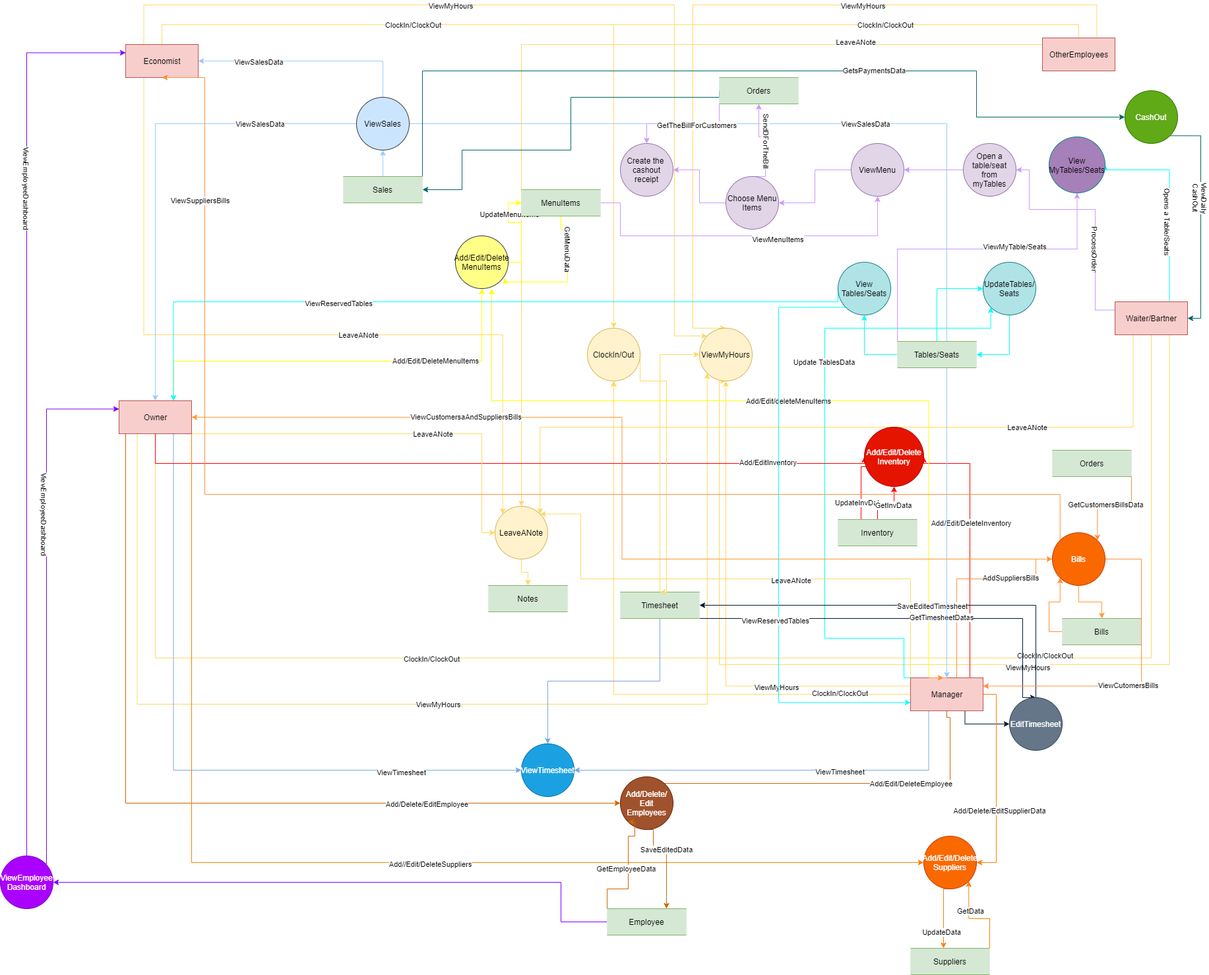
Before: UML/DFD/DFD2.png, a diagram exported from draw.io (llikaj17/404-). Source tidied: cells renumbered, new cells last; positions are measured from the earlier drawing's top-left corner, leaving out a move shared by most shapes.
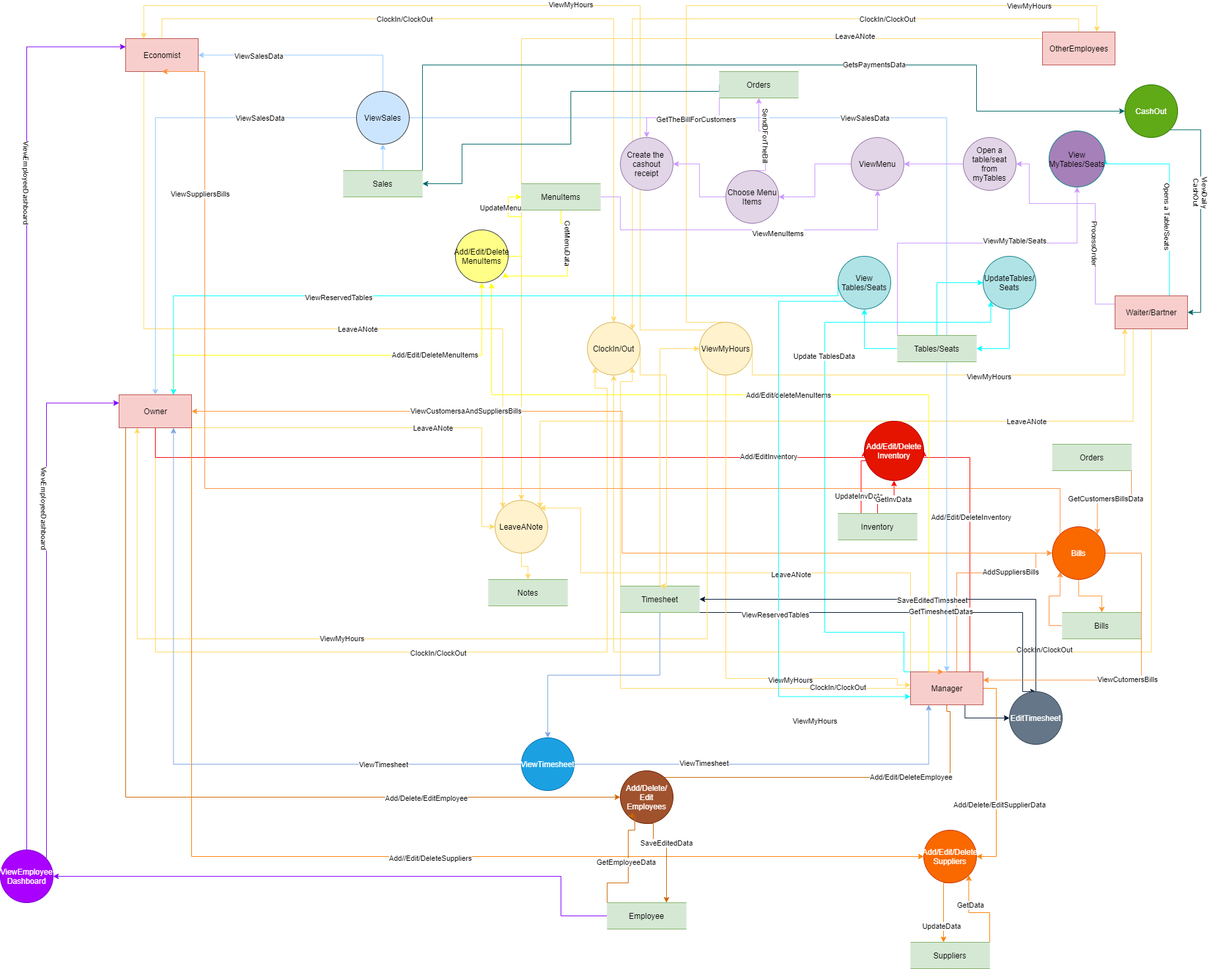
The same file after the commit.

The edit, as a diff of the source:
```diff
@@ -7,24 +7,12 @@
         <Array as="points">
           <mxPoint x="245" y="30" />
           <mxPoint x="930" y="30" />
-          <mxPoint x="930" y="510" />
         </Array>
       </mxGeometry>
     </mxCell>
     <mxCell id="3" value="ClockIn/ClockOut" style="edgeLabel;html=1;align=center;verticalAlign=middle;" parent="2" vertex="1">
       <mxGeometry x="-0.32" relative="1" as="geometry" />
     </mxCell>
-    <mxCell id="4" style="edgeStyle=orthogonalEdgeStyle;rounded=0;jettySize=auto;html=1;exitX=0.25;exitY=0;exitDx=0;exitDy=0;entryX=0;entryY=0;entryDx=0;entryDy=0;strokeColor=#FFD966;" parent="1" edge="1" source="8" target="74">
-      <mxGeometry relative="1" as="geometry">
-        <Array as="points">
-          <mxPoint x="218" />
-          <mxPoint x="1022" />
-        </Array>
-      </mxGeometry>
-    </mxCell>
-    <mxCell id="5" value="ViewMyHours" style="edgeLabel;html=1;align=center;verticalAlign=middle;" parent="4" vertex="1">
-      <mxGeometry x="-0.26" y="-1" relative="1" as="geometry" />
-    </mxCell>
     <mxCell id="6" style="edgeStyle=orthogonalEdgeStyle;rounded=0;jettySize=auto;html=1;exitX=0.25;exitY=1;exitDx=0;exitDy=0;entryX=0;entryY=0;entryDx=0;entryDy=0;strokeColor=#FFD966;" parent="1" edge="1" source="8" target="149">
       <mxGeometry relative="1" as="geometry">
         <Array as="points">
@@ -41,7 +29,7 @@
     <mxCell id="8" value="Economist" style="html=1;fillColor=#f8cecc;strokeColor=#b85450;" parent="1" vertex="1">
       <mxGeometry x="190" y="60" width="110" height="50" as="geometry" />
     </mxCell>
-    <mxCell id="9" style="edgeStyle=orthogonalEdgeStyle;rounded=0;jettySize=auto;html=1;exitX=0.5;exitY=0;exitDx=0;exitDy=0;entryX=0.5;entryY=0;entryDx=0;entryDy=0;strokeColor=#FFD966;" parent="1" edge="1" source="15" target="73">
+    <mxCell id="9" style="edgeStyle=orthogonalEdgeStyle;rounded=0;jettySize=auto;html=1;exitX=0.5;exitY=0;exitDx=0;exitDy=0;entryX=1;entryY=0;entryDx=0;entryDy=0;strokeColor=#FFD966;" parent="1" edge="1" source="15" target="73">
       <mxGeometry relative="1" as="geometry" />
     </mxCell>
     <mxCell id="10" value="ClockIn/ClockOut" style="edgeLabel;html=1;align=center;verticalAlign=middle;" parent="9" vertex="1">
@@ -49,17 +37,6 @@
         <mxPoint x="-1" as="offset" />
       </mxGeometry>
     </mxCell>
-    <mxCell id="11" style="edgeStyle=orthogonalEdgeStyle;rounded=0;jettySize=auto;html=1;exitX=0.75;exitY=0;exitDx=0;exitDy=0;entryX=0.5;entryY=0;entryDx=0;entryDy=0;strokeColor=#FFD966;" parent="1" edge="1" source="15" target="74">
-      <mxGeometry relative="1" as="geometry">
-        <Array as="points">
-          <mxPoint x="1662" />
-          <mxPoint x="1050" />
-        </Array>
-      </mxGeometry>
-    </mxCell>
-    <mxCell id="12" value="ViewMyHours" style="edgeLabel;html=1;align=center;verticalAlign=middle;" parent="11" vertex="1">
-      <mxGeometry x="-0.33" y="1" relative="1" as="geometry" />
-    </mxCell>
     <mxCell id="13" style="edgeStyle=orthogonalEdgeStyle;rounded=0;jettySize=auto;html=1;exitX=0;exitY=0.5;exitDx=0;exitDy=0;entryX=0.5;entryY=0;entryDx=0;entryDy=0;strokeColor=#FFD966;" parent="1" edge="1" source="15" target="149">
       <mxGeometry relative="1" as="geometry">
         <Array as="points">
@@ -89,18 +66,6 @@
         <mxPoint x="1" as="offset" />
       </mxGeometry>
     </mxCell>
-    <mxCell id="18" style="edgeStyle=orthogonalEdgeStyle;rounded=0;jettySize=auto;html=1;exitX=0.75;exitY=1;exitDx=0;exitDy=0;entryX=0.5;entryY=1;entryDx=0;entryDy=0;strokeColor=#FFD966;" parent="1" edge="1" source="26" target="74">
-      <mxGeometry relative="1" as="geometry">
-        <Array as="points">
-          <mxPoint x="1772" y="1000" />
-          <mxPoint x="1090" y="1000" />
-          <mxPoint x="1090" y="570" />
-        </Array>
-      </mxGeometry>
-    </mxCell>
-    <mxCell id="19" value="ViewMyHours" style="edgeLabel;html=1;align=center;verticalAlign=middle;" parent="18" vertex="1">
-      <mxGeometry x="-0.12" y="4" relative="1" as="geometry" />
-    </mxCell>
     <mxCell id="20" style="edgeStyle=orthogonalEdgeStyle;rounded=0;jettySize=auto;html=1;exitX=0.25;exitY=1;exitDx=0;exitDy=0;entryX=1;entryY=0;entryDx=0;entryDy=0;strokeColor=#FFD966;" parent="1" edge="1" source="26" target="149">
       <mxGeometry relative="1" as="geometry">
         <Array as="points">
@@ -142,22 +107,20 @@
     <mxCell id="26" value="Waiter/Bartner" style="html=1;fillColor=#f8cecc;strokeColor=#b85450;" parent="1" vertex="1">
       <mxGeometry x="1690" y="450" width="110" height="50" as="geometry" />
     </mxCell>
-    <mxCell id="27" style="edgeStyle=orthogonalEdgeStyle;rounded=0;jettySize=auto;html=1;exitX=0;exitY=0.5;exitDx=0;exitDy=0;entryX=0.5;entryY=1;entryDx=0;entryDy=0;strokeColor=#FFD966;" parent="1" edge="1" source="49" target="73">
-      <mxGeometry relative="1" as="geometry" />
+    <mxCell id="27" style="edgeStyle=orthogonalEdgeStyle;rounded=0;jettySize=auto;html=1;exitX=0;exitY=0.5;exitDx=0;exitDy=0;entryX=1;entryY=1;entryDx=0;entryDy=0;strokeColor=#FFD966;" parent="1" edge="1" source="49" target="73">
+      <mxGeometry relative="1" as="geometry">
+        <Array as="points">
+          <mxPoint x="940" y="1045" />
+          <mxPoint x="940" y="580" />
+          <mxPoint x="958" y="580" />
+        </Array>
+      </mxGeometry>
     </mxCell>
     <mxCell id="28" value="ClockIn/ClockOut" style="edgeLabel;html=1;align=center;verticalAlign=middle;" parent="27" vertex="1">
       <mxGeometry x="-0.77" y="-2" relative="1" as="geometry">
         <mxPoint x="-1" as="offset" />
       </mxGeometry>
     </mxCell>
-    <mxCell id="29" style="edgeStyle=orthogonalEdgeStyle;rounded=0;jettySize=auto;html=1;exitX=0;exitY=0.25;exitDx=0;exitDy=0;entryX=0.5;entryY=1;entryDx=0;entryDy=0;strokeColor=#FFD966;" parent="1" edge="1" source="49" target="74">
-      <mxGeometry relative="1" as="geometry" />
-    </mxCell>
-    <mxCell id="30" value="ViewMyHours" style="edgeLabel;html=1;align=center;verticalAlign=middle;" parent="29" vertex="1">
-      <mxGeometry x="-0.45" y="2" relative="1" as="geometry">
-        <mxPoint x="-1" as="offset" />
-      </mxGeometry>
-    </mxCell>
     <mxCell id="31" style="edgeStyle=orthogonalEdgeStyle;rounded=0;jettySize=auto;html=1;exitX=0.5;exitY=1;exitDx=0;exitDy=0;entryX=0.5;entryY=0;entryDx=0;entryDy=0;strokeColor=#CC6600;" parent="1" edge="1" source="49" target="77">
       <mxGeometry relative="1" as="geometry">
         <Array as="points">
@@ -172,12 +135,6 @@
         <mxPoint y="24.9" as="offset" />
       </mxGeometry>
     </mxCell>
-    <mxCell id="33" style="edgeStyle=orthogonalEdgeStyle;rounded=0;jettySize=auto;html=1;exitX=0.25;exitY=1;exitDx=0;exitDy=0;entryX=1;entryY=0.5;entryDx=0;entryDy=0;strokeColor=#7EA6E0;" parent="1" edge="1" source="49" target="87">
-      <mxGeometry relative="1" as="geometry" />
-    </mxCell>
-    <mxCell id="34" value="ViewTimesheet" style="edgeLabel;html=1;align=center;verticalAlign=middle;" parent="33" vertex="1">
-      <mxGeometry x="-0.28" y="2" relative="1" as="geometry" />
-    </mxCell>
     <mxCell id="35" style="edgeStyle=orthogonalEdgeStyle;rounded=0;jettySize=auto;html=1;exitX=0.75;exitY=1;exitDx=0;exitDy=0;entryX=0;entryY=0.5;entryDx=0;entryDy=0;strokeColor=#001933;" parent="1" edge="1" source="49" target="90">
       <mxGeometry relative="1" as="geometry" />
     </mxCell>
@@ -259,30 +216,19 @@
     <mxCell id="49" value="Manager" style="html=1;fillColor=#f8cecc;strokeColor=#b85450;" parent="1" vertex="1">
       <mxGeometry x="1380" y="1020" width="110" height="50" as="geometry" />
     </mxCell>
-    <mxCell id="50" style="edgeStyle=orthogonalEdgeStyle;rounded=0;jettySize=auto;html=1;exitX=0.5;exitY=1;exitDx=0;exitDy=0;entryX=0.5;entryY=1;entryDx=0;entryDy=0;strokeColor=#FFD966;" parent="1" edge="1" source="66" target="73">
+    <mxCell id="50" style="edgeStyle=orthogonalEdgeStyle;rounded=0;jettySize=auto;html=1;exitX=0.5;exitY=1;exitDx=0;exitDy=0;entryX=0;entryY=1;entryDx=0;entryDy=0;strokeColor=#FFD966;" parent="1" edge="1" source="66" target="73">
       <mxGeometry relative="1" as="geometry">
         <Array as="points">
           <mxPoint x="235" y="990" />
-          <mxPoint x="930" y="990" />
+          <mxPoint x="920" y="990" />
+          <mxPoint x="920" y="590" />
+          <mxPoint x="902" y="590" />
         </Array>
       </mxGeometry>
     </mxCell>
     <mxCell id="51" value="ClockIn/ClockOut" style="edgeLabel;html=1;align=center;verticalAlign=middle;" parent="50" vertex="1">
       <mxGeometry x="0.04" y="-1" relative="1" as="geometry" />
     </mxCell>
-    <mxCell id="52" style="edgeStyle=orthogonalEdgeStyle;rounded=0;jettySize=auto;html=1;exitX=0.25;exitY=1;exitDx=0;exitDy=0;entryX=0;entryY=1;entryDx=0;entryDy=0;strokeColor=#FFD966;" parent="1" edge="1" source="66" target="74">
-      <mxGeometry relative="1" as="geometry">
-        <Array as="points">
-          <mxPoint x="208" y="1060" />
-          <mxPoint x="1072" y="1060" />
-        </Array>
-      </mxGeometry>
-    </mxCell>
-    <mxCell id="53" value="ViewMyHours" style="edgeLabel;html=1;align=center;verticalAlign=middle;" parent="52" vertex="1">
-      <mxGeometry x="-0.02" relative="1" as="geometry">
-        <mxPoint x="-1" as="offset" />
-      </mxGeometry>
-    </mxCell>
     <mxCell id="54" style="edgeStyle=orthogonalEdgeStyle;rounded=0;jettySize=auto;html=1;exitX=0;exitY=1;exitDx=0;exitDy=0;entryX=0;entryY=0.5;entryDx=0;entryDy=0;strokeColor=#CC6600;" parent="1" edge="1" source="66" target="77">
       <mxGeometry relative="1" as="geometry">
         <Array as="points">
@@ -296,14 +242,6 @@
         <mxPoint x="-1" as="offset" />
       </mxGeometry>
     </mxCell>
-    <mxCell id="56" style="edgeStyle=orthogonalEdgeStyle;rounded=0;jettySize=auto;html=1;exitX=0.75;exitY=1;exitDx=0;exitDy=0;entryX=0;entryY=0.5;entryDx=0;entryDy=0;strokeColor=#7EA6E0;" parent="1" edge="1" source="66" target="87">
-      <mxGeometry relative="1" as="geometry" />
-    </mxCell>
-    <mxCell id="57" value="ViewTimesheet" style="edgeLabel;html=1;align=center;verticalAlign=middle;" parent="56" vertex="1">
-      <mxGeometry x="0.65" y="-3" relative="1" as="geometry">
-        <mxPoint x="1" as="offset" />
-      </mxGeometry>
-    </mxCell>
     <mxCell id="58" style="edgeStyle=orthogonalEdgeStyle;rounded=0;jettySize=auto;html=1;exitX=0.5;exitY=0;exitDx=0;exitDy=0;entryX=0;entryY=0.5;entryDx=0;entryDy=0;strokeColor=#FF0000;" parent="1" edge="1" source="66" target="93">
       <mxGeometry relative="1" as="geometry">
         <Array as="points">
@@ -387,6 +325,72 @@
     <mxCell id="73" value="ClockIn/Out" style="ellipse;whiteSpace=wrap;html=1;fillColor=#fff2cc;strokeColor=#d6b656;" parent="1" vertex="1">
       <mxGeometry x="890" y="490" width="80" height="80" as="geometry" />
     </mxCell>
+    <mxCell id="168" style="edgeStyle=orthogonalEdgeStyle;rounded=0;jettySize=auto;html=1;exitX=0.5;exitY=1;exitDx=0;exitDy=0;strokeColor=#FFD966;" parent="1" edge="1" source="74">
+      <mxGeometry relative="1" as="geometry">
+        <mxPoint x="1380" y="1040" as="targetPoint" />
+        <Array as="points">
+          <mxPoint x="1100" y="1030" />
+          <mxPoint x="1360" y="1030" />
+          <mxPoint x="1360" y="1040" />
+        </Array>
+      </mxGeometry>
+    </mxCell>
+    <mxCell id="169" value="ViewMyHours" style="edgeLabel;html=1;align=center;verticalAlign=middle;" parent="168" vertex="1">
+      <mxGeometry x="0.22" y="67" relative="1" as="geometry">
+        <mxPoint x="67" y="67" as="offset" />
+      </mxGeometry>
+    </mxCell>
+    <mxCell id="170" value="ViewMyHours" style="edgeLabel;html=1;align=center;verticalAlign=middle;" parent="168" vertex="1">
+      <mxGeometry x="0.23" y="97" relative="1" as="geometry">
+        <mxPoint x="97" y="99" as="offset" />
+      </mxGeometry>
+    </mxCell>
+    <mxCell id="171" style="edgeStyle=orthogonalEdgeStyle;rounded=0;jettySize=auto;html=1;exitX=1;exitY=0.5;exitDx=0;exitDy=0;entryX=0.135;entryY=0.989;entryDx=0;entryDy=0;entryPerimeter=0;strokeColor=#FFD966;" parent="1" edge="1" source="74" target="26">
+      <mxGeometry relative="1" as="geometry">
+        <Array as="points">
+          <mxPoint x="1140" y="570" />
+          <mxPoint x="1705" y="570" />
+        </Array>
+      </mxGeometry>
+    </mxCell>
+    <mxCell id="172" value="ViewMyHours" style="edgeLabel;html=1;align=center;verticalAlign=middle;" parent="171" vertex="1">
+      <mxGeometry x="0.18" y="-2" relative="1" as="geometry" />
+    </mxCell>
+    <mxCell id="173" style="edgeStyle=orthogonalEdgeStyle;rounded=0;jettySize=auto;html=1;exitX=0;exitY=1;exitDx=0;exitDy=0;strokeColor=#FFD966;entryX=0.25;entryY=1;entryDx=0;entryDy=0;" parent="1" edge="1" source="74" target="66">
+      <mxGeometry relative="1" as="geometry">
+        <Array as="points">
+          <mxPoint x="1072" y="970" />
+          <mxPoint x="208" y="970" />
+        </Array>
+      </mxGeometry>
+    </mxCell>
+    <mxCell id="174" value="ViewMyHours" style="edgeLabel;html=1;align=center;verticalAlign=middle;" parent="173" vertex="1">
+      <mxGeometry x="0.21" y="-1" relative="1" as="geometry" />
+    </mxCell>
+    <mxCell id="175" style="edgeStyle=orthogonalEdgeStyle;rounded=0;jettySize=auto;html=1;exitX=0;exitY=0;exitDx=0;exitDy=0;entryX=0.25;entryY=0;entryDx=0;entryDy=0;strokeColor=#FFD966;" parent="1" edge="1" source="74" target="8">
+      <mxGeometry relative="1" as="geometry">
+        <Array as="points">
+          <mxPoint x="970" y="502" />
+          <mxPoint x="970" y="10" />
+          <mxPoint x="218" y="10" />
+        </Array>
+      </mxGeometry>
+    </mxCell>
+    <mxCell id="176" value="ViewMyHours" style="edgeLabel;html=1;align=center;verticalAlign=middle;" parent="175" vertex="1">
+      <mxGeometry y="-2" relative="1" as="geometry" />
+    </mxCell>
+    <mxCell id="177" style="edgeStyle=orthogonalEdgeStyle;rounded=0;jettySize=auto;html=1;exitX=0.5;exitY=0;exitDx=0;exitDy=0;entryX=0.75;entryY=0;entryDx=0;entryDy=0;strokeColor=#FFD966;" parent="1" edge="1" source="74" target="15">
+      <mxGeometry relative="1" as="geometry">
+        <Array as="points">
+          <mxPoint x="1040" y="490" />
+          <mxPoint x="1040" y="10" />
+          <mxPoint x="1663" y="10" />
+        </Array>
+      </mxGeometry>
+    </mxCell>
+    <mxCell id="178" value="ViewMyHours" style="edgeLabel;html=1;align=center;verticalAlign=middle;" parent="177" vertex="1">
+      <mxGeometry x="0.76" relative="1" as="geometry" />
+    </mxCell>
     <mxCell id="74" value="ViewMyHours" style="ellipse;whiteSpace=wrap;html=1;fillColor=#fff2cc;strokeColor=#d6b656;" parent="1" vertex="1">
       <mxGeometry x="1060" y="490" width="80" height="80" as="geometry" />
     </mxCell>
@@ -453,6 +457,26 @@
     <mxCell id="86" value="ViewEmployee&lt;br&gt;Dashboard" style="ellipse;whiteSpace=wrap;html=1;fillColor=#aa00ff;strokeColor=#7700CC;fontColor=#ffffff;" parent="1" vertex="1">
       <mxGeometry y="1290" width="80" height="80" as="geometry" />
     </mxCell>
+    <mxCell id="179" style="edgeStyle=orthogonalEdgeStyle;rounded=0;jettySize=auto;html=1;strokeColor=#7EA6E0;entryX=0.25;entryY=1;entryDx=0;entryDy=0;exitX=1;exitY=0.5;exitDx=0;exitDy=0;" parent="1" edge="1" source="87" target="49">
+      <mxGeometry relative="1" as="geometry">
+        <Array as="points">
+          <mxPoint x="1408" y="1160" />
+        </Array>
+      </mxGeometry>
+    </mxCell>
+    <mxCell id="180" value="ViewTimesheet" style="edgeLabel;html=1;align=center;verticalAlign=middle;" parent="179" vertex="1">
+      <mxGeometry x="-0.37" y="2" relative="1" as="geometry" />
+    </mxCell>
+    <mxCell id="181" style="edgeStyle=orthogonalEdgeStyle;rounded=0;jettySize=auto;html=1;exitX=0;exitY=0.5;exitDx=0;exitDy=0;entryX=0.75;entryY=1;entryDx=0;entryDy=0;strokeColor=#7EA6E0;" parent="1" edge="1" source="87" target="66">
+      <mxGeometry relative="1" as="geometry">
+        <Array as="points">
+          <mxPoint x="263" y="1160" />
+        </Array>
+      </mxGeometry>
+    </mxCell>
+    <mxCell id="182" value="ViewTimesheet" style="edgeLabel;html=1;align=center;verticalAlign=middle;" parent="181" vertex="1">
+      <mxGeometry x="-0.6" relative="1" as="geometry" />
+    </mxCell>
     <mxCell id="87" value="ViewTimesheet" style="ellipse;whiteSpace=wrap;html=1;fillColor=#1ba1e2;strokeColor=#006EAF;fontColor=#ffffff;" parent="1" vertex="1">
       <mxGeometry x="790" y="1120" width="80" height="80" as="geometry" />
     </mxCell>
```
